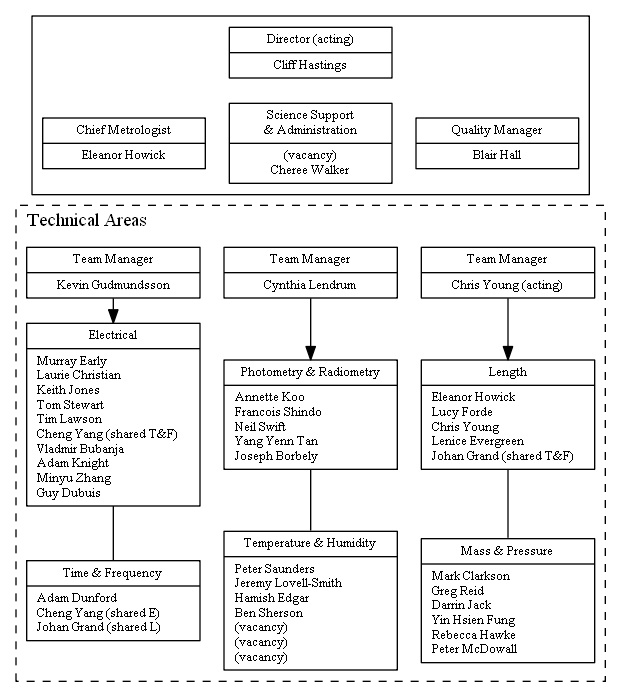
Above: quality_manual_document/pictures/MSL_org_full.png in MSLNZ/Quality-Manual (Graphviz), before the change. Its source is kept beside it as quality_manual_document/pictures/MSL_org_full.gv.
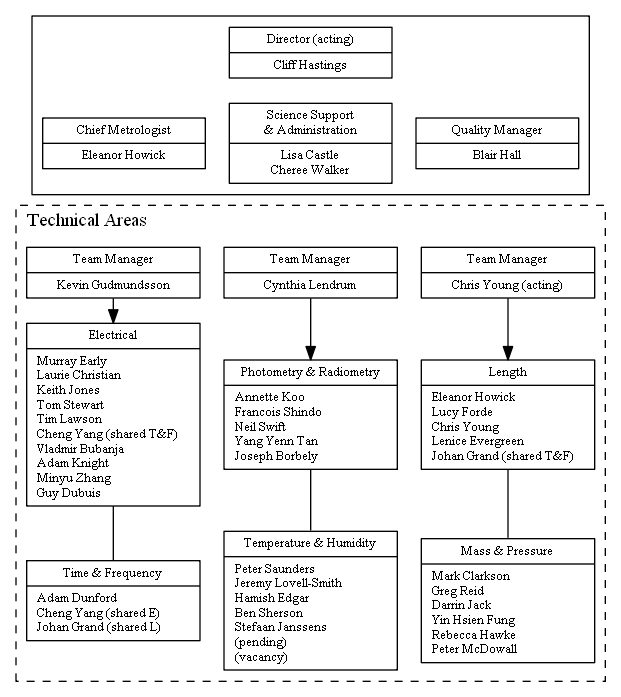
Above is the later version.

Change to the diagram source:
```diff
@@ -29,7 +29,7 @@
         {rank=same; B2, D, B1 ; }
 
         QM [label="{Quality Manager|Blair Hall}" ];
-        SSC[label="{Science Support\n& Administration|(vacancy)\nCheree Walker}" ];
+        SSC[label="{Science Support\n& Administration|Lisa Castle\nCheree Walker}" ];
         CM [label="{Chief Metrologist|Eleanor Howick}" ];
 
         {rank=same; QM, SSC, CM; }
@@ -126,8 +126,8 @@
         +	"Jeremy Lovell-Smith\l"
         +	"Hamish Edgar\l"
         +	"Ben Sherson\l"
-        +   "(vacancy)\l"
-        +   "(vacancy)\l"
+        +   "Stefaan Janssens\l"
+        +   "(pending)\l"
         +   "(vacancy)\l"
         +   "}"
         ];
```
